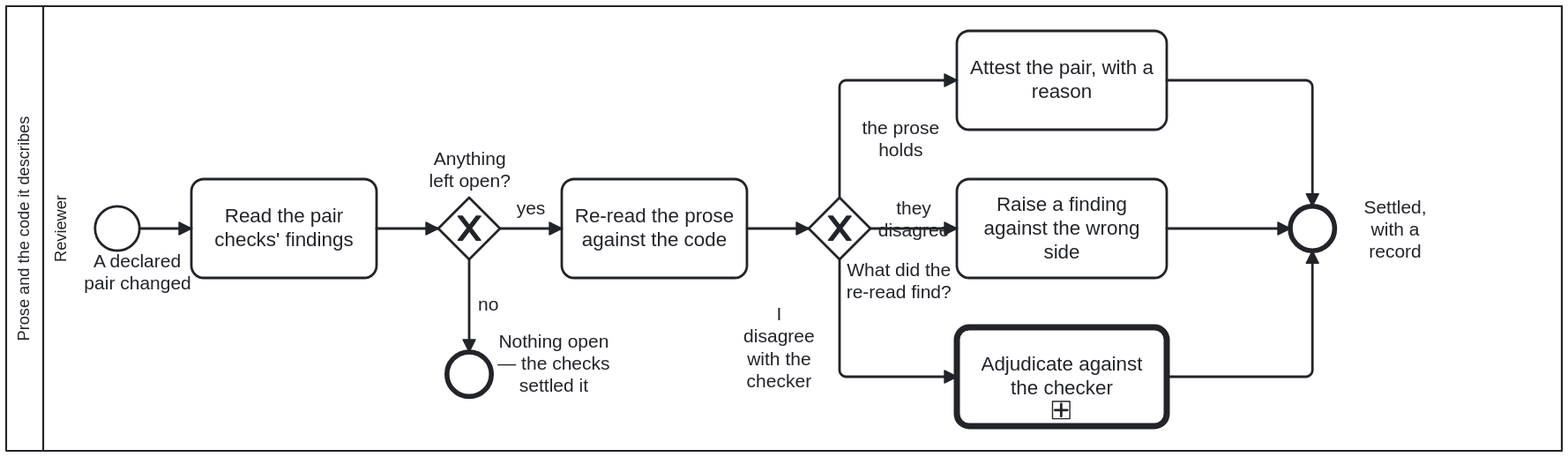
Above: docs/assets/img/workflows/narrative-code-review.svg in litlfred/cat-harness (BPMN), before the change. Its source is kept beside it as processes/sdlc/narrative-code-review.bpmn. Ids are renumbered.
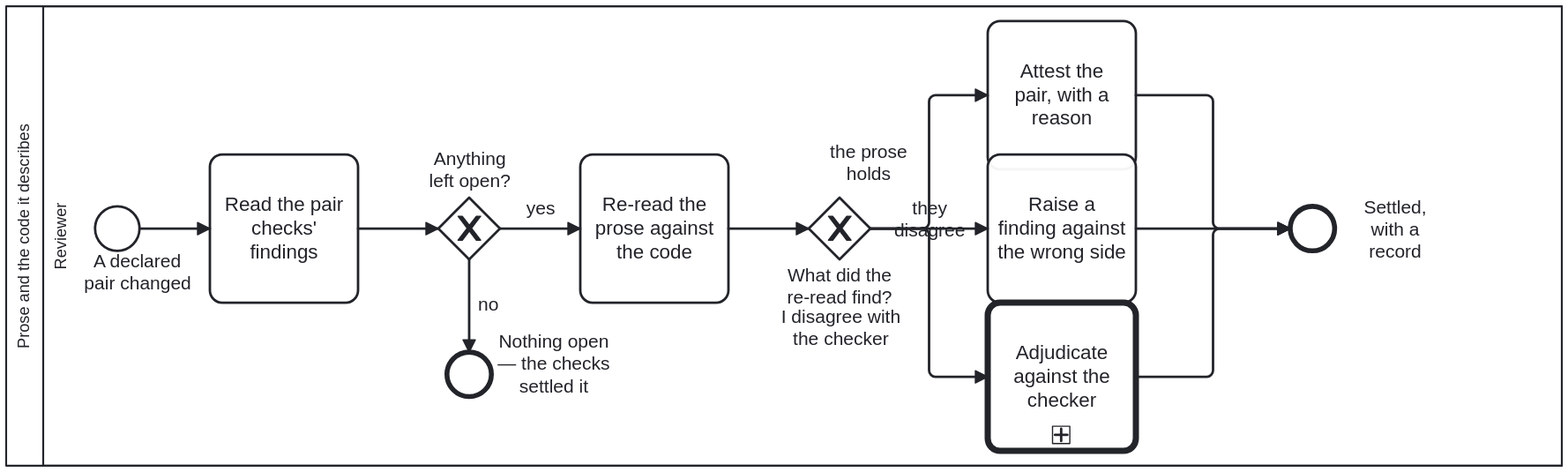
Later version of the same file.

Diff of the diagram source:
```diff
@@ -143,80 +143,98 @@
   <bpmndi:BPMNDiagram id="BPMNDiagram_NarrativeCodeReview">
     <bpmndi:BPMNPlane id="BPMNPlane_NarrativeCodeReview" bpmnElement="Collab_NarrativeCodeReview">
       <bpmndi:BPMNShape id="Shape_Participant" bpmnElement="Participant_NarrativeCodeReview" isHorizontal="true">
-        <dc:Bounds x="160" y="60" width="1260" height="360"/>
+        <dc:Bounds x="160" y="60" width="1260" height="372" />
       </bpmndi:BPMNShape>
       <bpmndi:BPMNShape id="Shape_Lane_PairReviewer" bpmnElement="Lane_PairReviewer" isHorizontal="true">
-        <dc:Bounds x="190" y="60" width="1230" height="360"/>
+        <dc:Bounds x="190" y="60" width="1230" height="372" />
       </bpmndi:BPMNShape>
       <bpmndi:BPMNShape id="Shape_Start_PairChanged" bpmnElement="Start_PairChanged">
-        <dc:Bounds x="232" y="222" width="36" height="36"/>
-        <bpmndi:BPMNLabel><dc:Bounds x="221.5" y="257.5" width="90" height="36" /></bpmndi:BPMNLabel>
-      </bpmndi:BPMNShape>
+        <dc:Bounds x="232" y="222" width="36" height="36" />
+
+      <bpmndi:BPMNLabel><dc:Bounds x="221.5" y="257.5" width="90" height="36" /></bpmndi:BPMNLabel></bpmndi:BPMNShape>
       <bpmndi:BPMNShape id="Shape_A_ReadPairFindings" bpmnElement="A_ReadPairFindings">
-        <dc:Bounds x="310" y="200" width="150" height="80"/>
+        <dc:Bounds x="325" y="180" width="120" height="120" />
       </bpmndi:BPMNShape>
       <bpmndi:BPMNShape id="Shape_GW_Open" bpmnElement="GW_Open" isMarkerVisible="true">
-        <dc:Bounds x="510" y="215" width="50" height="50"/>
-        <bpmndi:BPMNLabel><dc:Bounds x="490" y="175" width="90" height="36" /></bpmndi:BPMNLabel>
-      </bpmndi:BPMNShape>
+        <dc:Bounds x="510" y="215" width="50" height="50" />
+
+      <bpmndi:BPMNLabel><dc:Bounds x="490" y="175" width="90" height="36" /></bpmndi:BPMNLabel></bpmndi:BPMNShape>
       <bpmndi:BPMNShape id="Shape_End_NothingOpen" bpmnElement="End_NothingOpen">
-        <dc:Bounds x="517" y="340" width="36" height="36"/>
-        <bpmndi:BPMNLabel><dc:Bounds x="557" y="322.5" width="93.41" height="71" /></bpmndi:BPMNLabel>
-      </bpmndi:BPMNShape>
+        <dc:Bounds x="517" y="340" width="36" height="36" />
+
+      <bpmndi:BPMNLabel><dc:Bounds x="557" y="322.5" width="93.41" height="71" /></bpmndi:BPMNLabel></bpmndi:BPMNShape>
       <bpmndi:BPMNShape id="Shape_A_ReRead" bpmnElement="A_ReRead">
-        <dc:Bounds x="610" y="200" width="150" height="80"/>
+        <dc:Bounds x="625" y="180" width="120" height="120" />
       </bpmndi:BPMNShape>
       <bpmndi:BPMNShape id="Shape_GW_Verdict" bpmnElement="GW_Verdict" isMarkerVisible="true">
-        <dc:Bounds x="810" y="215" width="50" height="50"/>
-        <bpmndi:BPMNLabel><dc:Bounds x="838.01" y="264.5" width="90" height="35" /></bpmndi:BPMNLabel>
-      </bpmndi:BPMNShape>
+        <dc:Bounds x="810" y="215" width="50" height="50" />
+
+      <bpmndi:BPMNLabel><dc:Bounds x="790" y="269" width="90" height="35" /></bpmndi:BPMNLabel></bpmndi:BPMNShape>
       <bpmndi:BPMNShape id="Shape_A_Attest" bpmnElement="A_Attest">
-        <dc:Bounds x="930" y="80" width="170" height="80"/>
+        <dc:Bounds x="955" y="72" width="120" height="120" />
       </bpmndi:BPMNShape>
       <bpmndi:BPMNShape id="Shape_A_RaiseFinding" bpmnElement="A_RaiseFinding">
-        <dc:Bounds x="930" y="200" width="170" height="80"/>
+        <dc:Bounds x="955" y="180" width="120" height="120" />
       </bpmndi:BPMNShape>
       <bpmndi:BPMNShape id="Shape_Call_Adjudication" bpmnElement="Call_Adjudication">
-        <dc:Bounds x="930" y="320" width="170" height="80"/>
+        <dc:Bounds x="955" y="300" width="120" height="120" />
       </bpmndi:BPMNShape>
       <bpmndi:BPMNShape id="Shape_End_Settled" bpmnElement="End_Settled">
-        <dc:Bounds x="1200" y="222" width="36" height="36"/>
-        <bpmndi:BPMNLabel><dc:Bounds x="1240" y="213.5" width="90" height="53" /></bpmndi:BPMNLabel>
-      </bpmndi:BPMNShape>
+        <dc:Bounds x="1200" y="222" width="36" height="36" />
+
+      <bpmndi:BPMNLabel><dc:Bounds x="1240" y="213.5" width="90" height="53" /></bpmndi:BPMNLabel></bpmndi:BPMNShape>
       <bpmndi:BPMNEdge id="Edge_F_1" bpmnElement="F_1">
-        <di:waypoint x="268" y="240"/><di:waypoint x="310" y="240"/>
+        <di:waypoint x="268" y="240" />
+        <di:waypoint x="325" y="240" />
       </bpmndi:BPMNEdge>
       <bpmndi:BPMNEdge id="Edge_F_2" bpmnElement="F_2">
-        <di:waypoint x="460" y="240"/><di:waypoint x="510" y="240"/>
+        <di:waypoint x="445" y="240" />
+        <di:waypoint x="510" y="240" />
       </bpmndi:BPMNEdge>
       <bpmndi:BPMNEdge id="Edge_F_Open" bpmnElement="F_Open">
-        <di:waypoint x="560" y="240"/><di:waypoint x="610" y="240"/>
+        <di:waypoint x="560" y="240" />
+        <di:waypoint x="625" y="240" />
       </bpmndi:BPMNEdge>
       <bpmndi:BPMNEdge id="Edge_F_None" bpmnElement="F_None">
         <di:waypoint x="535" y="265"/><di:waypoint x="535" y="340"/>
       </bpmndi:BPMNEdge>
       <bpmndi:BPMNEdge id="Edge_F_3" bpmnElement="F_3">
-        <di:waypoint x="760" y="240"/><di:waypoint x="810" y="240"/>
+        <di:waypoint x="745" y="240" />
+        <di:waypoint x="810" y="240" />
       </bpmndi:BPMNEdge>
       <bpmndi:BPMNEdge id="Edge_F_Holds" bpmnElement="F_Holds">
-        <di:waypoint x="835" y="215"/><di:waypoint x="835" y="120"/><di:waypoint x="930" y="120"/>
-        <bpmndi:BPMNLabel><dc:Bounds x="839" y="150" width="90" height="35" /></bpmndi:BPMNLabel>
+        <di:waypoint x="860" y="240" />
+        <di:waypoint x="907.5" y="240" />
+        <di:waypoint x="907.5" y="132" />
+        <di:waypoint x="955" y="132" />
+        <bpmndi:BPMNLabel><dc:Bounds x="813.5" y="168.5" width="90" height="35" /></bpmndi:BPMNLabel>
       </bpmndi:BPMNEdge>
       <bpmndi:BPMNEdge id="Edge_F_Mismatch" bpmnElement="F_Mismatch">
-        <di:waypoint x="860" y="240"/><di:waypoint x="930" y="240"/>
+        <di:waypoint x="860" y="240" />
+        <di:waypoint x="955" y="240" />
       </bpmndi:BPMNEdge>
       <bpmndi:BPMNEdge id="Edge_F_Disagree" bpmnElement="F_Disagree">
-        <di:waypoint x="835" y="265"/><di:waypoint x="835" y="360"/><di:waypoint x="930" y="360"/>
-        <bpmndi:BPMNLabel><dc:Bounds x="741" y="300.75" width="90" height="71" /></bpmndi:BPMNLabel>
+        <di:waypoint x="860" y="240" />
+        <di:waypoint x="907.5" y="240" />
+        <di:waypoint x="907.5" y="360" />
+        <di:waypoint x="955" y="360" />
+        <bpmndi:BPMNLabel><dc:Bounds x="768.5" y="303" width="135" height="54" /></bpmndi:BPMNLabel>
       </bpmndi:BPMNEdge>
       <bpmndi:BPMNEdge id="Edge_F_4" bpmnElement="F_4">
-        <di:waypoint x="1100" y="120"/><di:waypoint x="1218" y="120"/><di:waypoint x="1218" y="222"/>
+        <di:waypoint x="1075" y="132" />
+        <di:waypoint x="1137.5" y="132" />
+        <di:waypoint x="1137.5" y="240" />
+        <di:waypoint x="1200" y="240" />
       </bpmndi:BPMNEdge>
       <bpmndi:BPMNEdge id="Edge_F_5" bpmnElement="F_5">
-        <di:waypoint x="1100" y="240"/><di:waypoint x="1200" y="240"/>
+        <di:waypoint x="1075" y="240" />
+        <di:waypoint x="1200" y="240" />
       </bpmndi:BPMNEdge>
       <bpmndi:BPMNEdge id="Edge_F_6" bpmnElement="F_6">
-        <di:waypoint x="1100" y="360"/><di:waypoint x="1218" y="360"/><di:waypoint x="1218" y="258"/>
+        <di:waypoint x="1075" y="360" />
+        <di:waypoint x="1137.5" y="360" />
+        <di:waypoint x="1137.5" y="240" />
+        <di:waypoint x="1200" y="240" />
       </bpmndi:BPMNEdge>
     </bpmndi:BPMNPlane>
   </bpmndi:BPMNDiagram>
```
